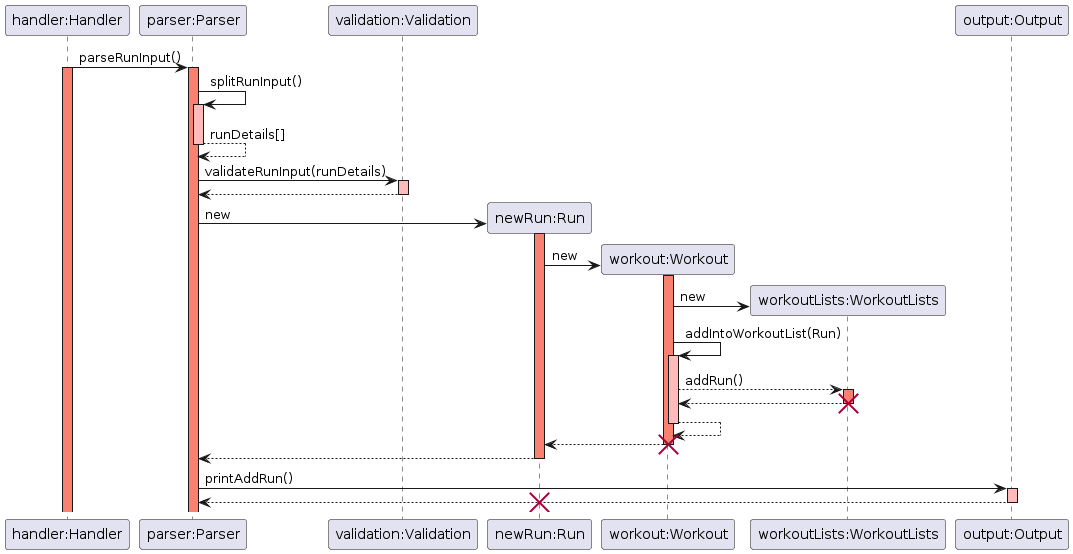
The PlantUML diagram docs/img/sequence_diagrams/run_sequence_diagram.png in rouvinerh/tp, before a commit. Source of this version:
```plantuml
@startuml
skinparam sequenceReferenceBackgroundColor lightblue

participant "handler:Handler" as Handler

participant "parser:Parser" as Parser
participant "validation:Validation" as Validation
participant "newRun:Run" as Run
participant "workout:Workout" as Workout
participant "workoutLists:WorkoutLists" as WorkoutLists
participant "output:Output" as Output

Handler -> Parser: parseRunInput()
activate Handler #salmon
activate Parser #salmon

Parser -> Parser: splitRunInput()
activate Parser #FFBBBB
Parser --> Parser: runDetails[]
deactivate Parser #FFBBBB

Parser -> Validation: validateRunInput(runDetails)
activate Validation #FFBBBB
Validation --> Parser:
deactivate Validation

Parser -> Run **: new
activate Run #salmon
Run -> Workout **: new
activate Workout #salmon

Workout -> WorkoutLists **: new
Workout -> Workout: addIntoWorkoutList(Run)
activate Workout #FFBBBB
Workout --> WorkoutLists: addRun()
activate WorkoutLists #salmon
WorkoutLists --> Workout:
destroy WorkoutLists
Workout --> Workout:
deactivate Workout #FFBBBB
Workout --> Run:
destroy Workout

Run --> Parser:
deactivate Run #FFBBBB
Parser -> Output: printAddRun()
activate Output #FFBBBB
Output --> Parser:
deactivate Output #FFBBBB
destroy Run
@enduml
```
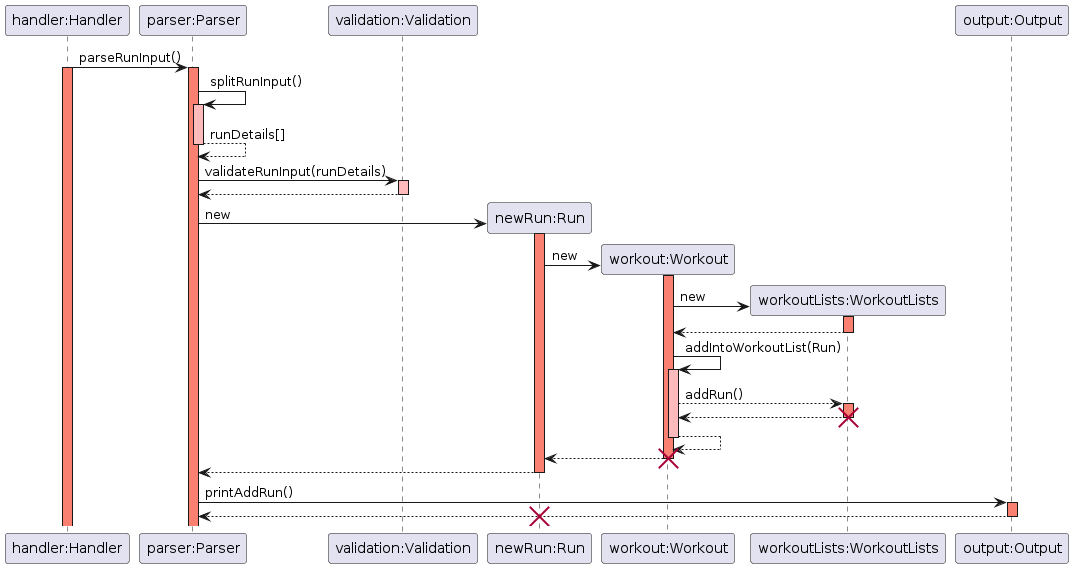
The same diagram one commit later.

Commit message:
update run seq diagram

What changed in the source:
```diff
@@ -30,6 +30,9 @@
 activate Workout #salmon
 
 Workout -> WorkoutLists **: new
+activate WorkoutLists #salmon
+WorkoutLists --> Workout:
+deactivate WorkoutLists #salmon
 Workout -> Workout: addIntoWorkoutList(Run)
 activate Workout #FFBBBB
 Workout --> WorkoutLists: addRun()
@@ -44,8 +47,8 @@
 Run --> Parser:
 deactivate Run #FFBBBB
 Parser -> Output: printAddRun()
-activate Output #FFBBBB
+activate Output #salmon
 Output --> Parser:
-deactivate Output #FFBBBB
+deactivate Output #salmon
 destroy Run
 @enduml
```
